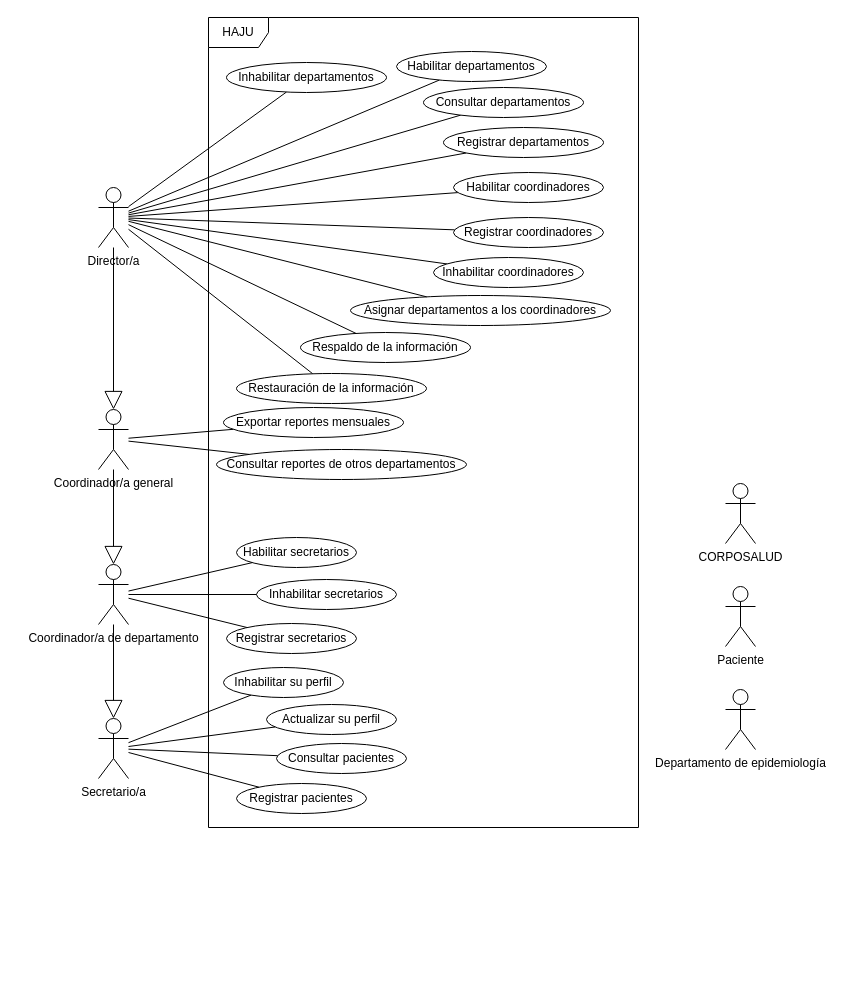
Earlier version of the draw.io diagram page "Casos de Uso General" (5 of 5) of docs/Diagramas.drawio (fadrian06/haju). Source tidied: cells renumbered, new cells numbered last; positions are measured from the earlier drawing's top-left corner, leaving out a move shared by most shapes. Both pictures are drawn from the tidied source at 100%, with x=0, y=0 at pixel (98, 17).
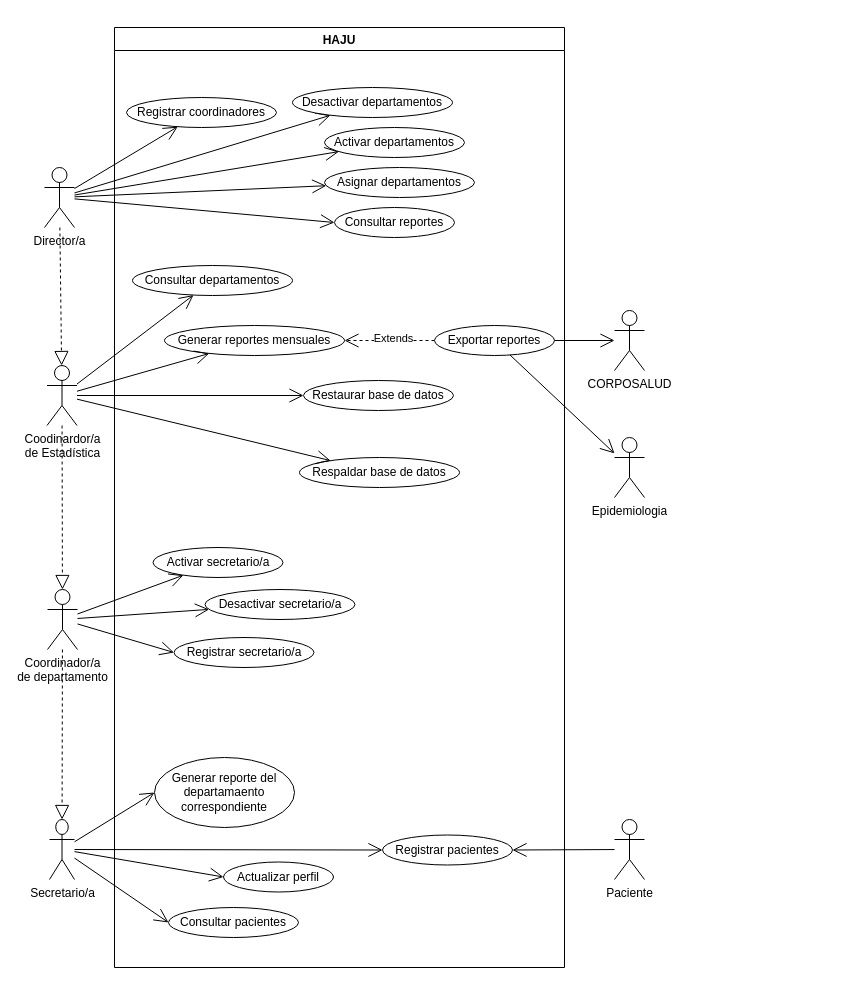
After the change.

Commit message:
Renombrados algunos casos de uso

Change to the diagram source:
```diff
@@
+    <mxCell id="51" style="endArrow=open;endFill=1;endSize=12;html=1;rounded=0;" parent="1" edge="1" source="31" target="64">
+      <mxGeometry relative="1" as="geometry" />
+    </mxCell>
+    <mxCell id="52" style="endArrow=open;endFill=1;endSize=12;html=1;rounded=0;" parent="1" edge="1" source="31" target="63">
+      <mxGeometry relative="1" as="geometry" />
+    </mxCell>
+    <mxCell id="42" value="Secretario/a" style="shape=umlActor;verticalLabelPosition=bottom;verticalAlign=top;html=1;outlineConnect=0;" parent="1" vertex="1">
+      <mxGeometry x="-49" y="802" width="25" height="60" as="geometry" />
+    </mxCell>
+    <mxCell id="3" value="HAJU" style="swimlane;" parent="1" vertex="1">
+      <mxGeometry x="16" y="10" width="450" height="940" as="geometry" />
+    </mxCell>
+    <mxCell id="46" value="Registrar pacientes" style="ellipse;whiteSpace=wrap;html=1;" parent="3" vertex="1">
+      <mxGeometry x="268" y="807.5" width="130" height="30" as="geometry" />
+    </mxCell>
+    <mxCell id="53" value="Actualizar perfil" style="ellipse;whiteSpace=wrap;html=1;" parent="3" vertex="1">
+      <mxGeometry x="109" y="834.5" width="110" height="30" as="geometry" />
+    </mxCell>
+    <mxCell id="54" value="Generar reporte del departamaento correspondiente" style="ellipse;whiteSpace=wrap;html=1;" parent="3" vertex="1">
+      <mxGeometry x="40" y="730" width="140" height="70" as="geometry" />
+    </mxCell>
+    <mxCell id="55" value="Registrar secretario/a" style="ellipse;whiteSpace=wrap;html=1;" parent="3" vertex="1">
+      <mxGeometry x="59.5" y="610" width="140" height="30" as="geometry" />
+    </mxCell>
+    <mxCell id="56" value="Respaldar base de datos" style="ellipse;whiteSpace=wrap;html=1;" parent="3" vertex="1">
+      <mxGeometry x="185" y="430" width="160" height="30" as="geometry" />
+    </mxCell>
+    <mxCell id="57" value="Desactivar secretario/a" style="ellipse;whiteSpace=wrap;html=1;" parent="3" vertex="1">
+      <mxGeometry x="90.5" y="562" width="150" height="30" as="geometry" />
+    </mxCell>
+    <mxCell id="37" value="Consultar departamentos" style="ellipse;whiteSpace=wrap;html=1;" parent="3" vertex="1">
+      <mxGeometry x="18" y="238" width="160" height="30" as="geometry" />
+    </mxCell>
+    <mxCell id="58" value="Generar reportes mensuales" style="ellipse;whiteSpace=wrap;html=1;" parent="3" vertex="1">
+      <mxGeometry x="50" y="298" width="180" height="30" as="geometry" />
+    </mxCell>
+    <mxCell id="59" value="Extends" style="endArrow=open;endSize=12;dashed=1;html=1;rounded=0;exitX=0;exitY=0.5;exitDx=0;exitDy=0;" parent="3" edge="1" source="60" target="58">
+      <mxGeometry x="-0.09" y="-2" relative="1" as="geometry" />
+    </mxCell>
+    <mxCell id="60" value="Exportar reportes" style="ellipse;whiteSpace=wrap;html=1;" parent="3" vertex="1">
+      <mxGeometry x="320" y="298" width="120" height="30" as="geometry" />
+    </mxCell>
+    <mxCell id="61" value="Restaurar base de datos" style="ellipse;whiteSpace=wrap;html=1;" parent="3" vertex="1">
+      <mxGeometry x="189" y="353" width="150" height="30" as="geometry" />
+    </mxCell>
+    <mxCell id="62" value="Asignar departamentos" style="ellipse;whiteSpace=wrap;html=1;" parent="3" vertex="1">
+      <mxGeometry x="210" y="140" width="150" height="30" as="geometry" />
+    </mxCell>
+    <mxCell id="33" value="Registrar coordinadores" style="ellipse;whiteSpace=wrap;html=1;" parent="3" vertex="1">
+      <mxGeometry x="12" y="70" width="150" height="30" as="geometry" />
+    </mxCell>
+    <mxCell id="63" value="Activar departamentos" style="ellipse;whiteSpace=wrap;html=1;" parent="3" vertex="1">
+      <mxGeometry x="210" y="100" width="140" height="30" as="geometry" />
+    </mxCell>
+    <mxCell id="64" value="Desactivar departamentos" style="ellipse;whiteSpace=wrap;html=1;" parent="3" vertex="1">
+      <mxGeometry x="178" y="60" width="160" height="30" as="geometry" />
+    </mxCell>
+    <mxCell id="45" value="Consultar pacientes" style="ellipse;whiteSpace=wrap;html=1;" parent="3" vertex="1">
+      <mxGeometry x="54" y="880" width="130" height="30" as="geometry" />
+    </mxCell>
+    <mxCell id="65" value="Consultar reportes" style="ellipse;whiteSpace=wrap;html=1;" parent="3" vertex="1">
+      <mxGeometry x="220" y="180" width="120" height="30" as="geometry" />
+    </mxCell>
+    <mxCell id="66" value="Activar secretario/a" style="ellipse;whiteSpace=wrap;html=1;" parent="3" vertex="1">
+      <mxGeometry x="38.5" y="520" width="130" height="30" as="geometry" />
+    </mxCell>
+    <mxCell id="40" value="Paciente" style="shape=umlActor;verticalLabelPosition=bottom;verticalAlign=top;html=1;" parent="1" vertex="1">
+      <mxGeometry x="516" y="802" width="30" height="60" as="geometry" />
+    </mxCell>
+    <mxCell id="67" style="endArrow=open;endFill=1;endSize=12;html=1;rounded=0;entryX=0;entryY=0.5;entryDx=0;entryDy=0;" parent="1" edge="1" source="42" target="54">
+      <mxGeometry relative="1" as="geometry" />
+    </mxCell>
+    <mxCell id="48" style="endArrow=open;endFill=1;endSize=12;html=1;rounded=0;entryX=0;entryY=0.5;entryDx=0;entryDy=0;" parent="1" edge="1" source="42" target="45">
+      <mxGeometry relative="1" as="geometry" />
+    </mxCell>
+    <mxCell id="47" style="endArrow=open;endFill=1;endSize=12;html=1;rounded=0;entryX=0;entryY=0.5;entryDx=0;entryDy=0;" parent="1" edge="1" source="42" target="46">
+      <mxGeometry relative="1" as="geometry" />
+    </mxCell>
+    <mxCell id="68" style="endArrow=open;endFill=1;endSize=12;html=1;rounded=0;entryX=0;entryY=0.5;entryDx=0;entryDy=0;" parent="1" edge="1" source="42" target="53">
+      <mxGeometry relative="1" as="geometry" />
+    </mxCell>
+    <mxCell id="69" style="endArrow=open;endFill=1;endSize=12;html=1;rounded=0;entryX=1;entryY=0.5;entryDx=0;entryDy=0;" parent="1" edge="1" source="40" target="46">
+      <mxGeometry relative="1" as="geometry" />
+    </mxCell>
+    <mxCell id="6" value="Coordinador/a&lt;br&gt;de departamento" style="shape=umlActor;verticalLabelPosition=bottom;verticalAlign=top;html=1;" parent="1" vertex="1">
+      <mxGeometry x="-51" y="572" width="30" height="60" as="geometry" />
+    </mxCell>
+    <mxCell id="70" style="endArrow=open;endFill=1;endSize=12;html=1;rounded=0;entryX=0;entryY=0.5;entryDx=0;entryDy=0;" parent="1" edge="1" source="6" target="55">
+      <mxGeometry relative="1" as="geometry" />
+    </mxCell>
+    <mxCell id="71" value="Coodinardor/a&lt;br&gt;de Estadística" style="shape=umlActor;verticalLabelPosition=bottom;verticalAlign=top;html=1;" parent="1" vertex="1">
+      <mxGeometry x="-51.5" y="348" width="30" height="60" as="geometry" />
+    </mxCell>
+    <mxCell id="72" style="endArrow=open;endFill=1;endSize=12;html=1;rounded=0;" parent="1" edge="1" source="71" target="37">
+      <mxGeometry relative="1" as="geometry" />
+    </mxCell>
+    <mxCell id="73" style="endArrow=open;endFill=1;endSize=12;html=1;rounded=0;" parent="1" edge="1" source="71" target="56">
+      <mxGeometry relative="1" as="geometry" />
+    </mxCell>
+    <mxCell id="74" style="endArrow=open;endFill=1;endSize=12;html=1;rounded=0;" parent="1" edge="1" source="71" target="58">
+      <mxGeometry relative="1" as="geometry" />
+    </mxCell>
+    <mxCell id="4" value="CORPOSALUD" style="shape=umlActor;verticalLabelPosition=bottom;verticalAlign=top;html=1;" parent="1" vertex="1">
+      <mxGeometry x="516" y="293" width="30" height="60" as="geometry" />
+    </mxCell>
+    <mxCell id="75" style="endArrow=open;endFill=1;endSize=12;html=1;rounded=0;" parent="1" edge="1" source="60" target="4">
+      <mxGeometry relative="1" as="geometry" />
+    </mxCell>
+    <mxCell id="76" value="Epidemiologia" style="shape=umlActor;verticalLabelPosition=bottom;verticalAlign=top;html=1;" parent="1" vertex="1">
+      <mxGeometry x="516" y="420" width="30" height="60" as="geometry" />
+    </mxCell>
+    <mxCell id="77" style="endArrow=open;endFill=1;endSize=12;html=1;rounded=0;" parent="1" edge="1" source="60" target="76">
+      <mxGeometry relative="1" as="geometry" />
+    </mxCell>
+    <mxCell id="78" style="endArrow=open;endFill=1;endSize=12;html=1;rounded=0;" parent="1" edge="1" source="31" target="62">
+      <mxGeometry relative="1" as="geometry" />
+    </mxCell>
+    <mxCell id="28" style="endArrow=open;endFill=1;endSize=12;html=1;rounded=0;" parent="1" edge="1" source="31" target="33">
+      <mxGeometry relative="1" as="geometry" />
+    </mxCell>
+    <mxCell id="79" style="endArrow=open;endFill=1;endSize=12;html=1;rounded=0;entryX=0;entryY=0.5;entryDx=0;entryDy=0;" parent="1" edge="1" source="31" target="65">
+      <mxGeometry relative="1" as="geometry" />
+    </mxCell>
-    <mxCell id="2" style="endArrow=block;endSize=16;endFill=0;html=1;rounded=0;" parent="1" edge="1" source="6" target="42">
+    <mxCell id="2" style="endArrow=block;dashed=1;endFill=0;endSize=12;html=1;rounded=0;" parent="1" edge="1" source="6" target="42">
       <mxGeometry relative="1" as="geometry" />
     </mxCell>
-    <mxCell id="3" value="HAJU" style="shape=umlFrame;whiteSpace=wrap;html=1;" parent="1" vertex="1">
-      <mxGeometry x="110" width="430" height="810" as="geometry" />
-    </mxCell>
-    <mxCell id="4" value="CORPOSALUD" style="shape=umlActor;verticalLabelPosition=bottom;verticalAlign=top;html=1;" parent="1" vertex="1">
-      <mxGeometry x="627" y="466" width="30" height="60" as="geometry" />
-    </mxCell>
-    <mxCell id="5" style="edgeStyle=none;rounded=0;jettySize=auto;html=1;endArrow=none;endFill=0;" parent="1" edge="1" source="6" target="7">
-      <mxGeometry relative="1" as="geometry" />
-    </mxCell>
-    <mxCell id="6" value="Coordinador/a de departamento" style="shape=umlActor;verticalLabelPosition=bottom;verticalAlign=top;html=1;" parent="1" vertex="1">
-      <mxGeometry y="547" width="30" height="60" as="geometry" />
-    </mxCell>
-    <mxCell id="7" value="Registrar secretarios" style="ellipse;whiteSpace=wrap;html=1;" parent="1" vertex="1">
-      <mxGeometry x="128" y="606" width="130" height="30" as="geometry" />
-    </mxCell>
-    <mxCell id="8" value="Habilitar secretarios" style="ellipse;whiteSpace=wrap;html=1;" parent="1" vertex="1">
-      <mxGeometry x="138" y="520" width="120" height="30" as="geometry" />
-    </mxCell>
-    <mxCell id="9" value="Inhabilitar secretarios" style="ellipse;whiteSpace=wrap;html=1;" parent="1" vertex="1">
-      <mxGeometry x="158" y="562" width="140" height="30" as="geometry" />
-    </mxCell>
-    <mxCell id="10" style="edgeStyle=none;rounded=0;jettySize=auto;html=1;endArrow=none;endFill=0;" parent="1" edge="1" source="6" target="9">
-      <mxGeometry relative="1" as="geometry" />
-    </mxCell>
-    <mxCell id="11" style="edgeStyle=none;rounded=0;jettySize=auto;html=1;endArrow=none;endFill=0;" parent="1" edge="1" source="6" target="8">
-      <mxGeometry relative="1" as="geometry" />
-    </mxCell>
-    <mxCell id="12" style="edgeStyle=none;rounded=0;jettySize=auto;html=1;endArrow=none;endFill=0;" parent="1" edge="1" source="31" target="19">
-      <mxGeometry relative="1" as="geometry" />
-    </mxCell>
-    <mxCell id="13" style="edgeStyle=none;rounded=0;jettySize=auto;html=1;endArrow=none;endFill=0;" parent="1" edge="1" source="31" target="18">
-      <mxGeometry relative="1" as="geometry" />
-    </mxCell>
-    <mxCell id="14" style="edgeStyle=none;rounded=0;jettySize=auto;html=1;endArrow=none;endFill=0;" parent="1" edge="1" source="16" target="21">
-      <mxGeometry relative="1" as="geometry" />
-    </mxCell>
-    <mxCell id="15" style="edgeStyle=none;rounded=0;jettySize=auto;html=1;endArrow=none;endFill=0;" parent="1" edge="1" source="16" target="20">
-      <mxGeometry relative="1" as="geometry" />
-    </mxCell>
-    <mxCell id="16" value="Coordinador/a general" style="shape=umlActor;verticalLabelPosition=bottom;verticalAlign=top;html=1;" parent="1" vertex="1">
-      <mxGeometry y="392" width="30" height="60" as="geometry" />
-    </mxCell>
-    <mxCell id="17" style="endArrow=block;endSize=16;endFill=0;html=1;rounded=0;" parent="1" edge="1" source="16" target="6">
-      <mxGeometry relative="1" as="geometry" />
-    </mxCell>
-    <mxCell id="18" value="Respaldo de la información" style="ellipse;whiteSpace=wrap;html=1;" parent="1" vertex="1">
-      <mxGeometry x="202" y="315" width="170" height="30" as="geometry" />
-    </mxCell>
-    <mxCell id="19" value="Restauración de la información" style="ellipse;whiteSpace=wrap;html=1;" parent="1" vertex="1">
-      <mxGeometry x="138" y="356" width="190" height="30" as="geometry" />
-    </mxCell>
-    <mxCell id="20" value="Consultar reportes de otros departamentos" style="ellipse;whiteSpace=wrap;html=1;" parent="1" vertex="1">
-      <mxGeometry x="118" y="432" width="250" height="30" as="geometry" />
-    </mxCell>
-    <mxCell id="21" value="Exportar reportes mensuales" style="ellipse;whiteSpace=wrap;html=1;" parent="1" vertex="1">
-      <mxGeometry x="125" y="390" width="180" height="30" as="geometry" />
-    </mxCell>
-    <mxCell id="22" value="Asignar departamentos a los coordinadores" style="ellipse;whiteSpace=wrap;html=1;" parent="1" vertex="1">
-      <mxGeometry x="252" y="278" width="260" height="30" as="geometry" />
-    </mxCell>
-    <mxCell id="23" style="edgeStyle=none;rounded=0;jettySize=auto;html=1;strokeColor=default;endArrow=none;endFill=0;" parent="1" edge="1" source="31" target="39">
-      <mxGeometry relative="1" as="geometry" />
-    </mxCell>
-    <mxCell id="24" style="edgeStyle=none;rounded=0;jettySize=auto;html=1;endArrow=none;endFill=0;" parent="1" edge="1" source="31" target="38">
-      <mxGeometry relative="1" as="geometry" />
-    </mxCell>
-    <mxCell id="25" style="edgeStyle=none;rounded=0;jettySize=auto;html=1;endArrow=none;endFill=0;" parent="1" edge="1" source="31" target="37">
-      <mxGeometry relative="1" as="geometry" />
-    </mxCell>
-    <mxCell id="26" style="edgeStyle=none;rounded=0;jettySize=auto;html=1;endArrow=none;endFill=0;" parent="1" edge="1" source="31" target="36">
-      <mxGeometry relative="1" as="geometry" />
-    </mxCell>
-    <mxCell id="27" style="edgeStyle=none;rounded=0;jettySize=auto;html=1;endArrow=none;endFill=0;" parent="1" edge="1" source="31" target="34">
-      <mxGeometry relative="1" as="geometry" />
-    </mxCell>
-    <mxCell id="28" style="edgeStyle=none;rounded=0;jettySize=auto;html=1;endArrow=none;endFill=0;" parent="1" edge="1" source="31" target="33">
-      <mxGeometry relative="1" as="geometry" />
-    </mxCell>
-    <mxCell id="29" style="edgeStyle=none;rounded=0;jettySize=auto;html=1;endArrow=none;endFill=0;" parent="1" edge="1" source="31" target="35">
-      <mxGeometry relative="1" as="geometry" />
-    </mxCell>
-    <mxCell id="30" style="edgeStyle=none;rounded=0;jettySize=auto;html=1;endArrow=none;endFill=0;" parent="1" edge="1" source="31" target="22">
-      <mxGeometry relative="1" as="geometry" />
-    </mxCell>
+    <mxCell id="80" style="endArrow=open;endFill=1;endSize=12;html=1;rounded=0;" parent="1" edge="1" source="71" target="61">
+      <mxGeometry relative="1" as="geometry" />
+    </mxCell>
+    <mxCell id="81" style="endArrow=open;endFill=1;endSize=12;html=1;rounded=0;" parent="1" edge="1" source="6" target="57">
+      <mxGeometry relative="1" as="geometry" />
+    </mxCell>
+    <mxCell id="82" style="endArrow=block;dashed=1;endFill=0;endSize=12;html=1;rounded=0;" parent="1" edge="1" source="71" target="6">
+      <mxGeometry relative="1" as="geometry" />
+    </mxCell>
     <mxCell id="31" value="Director/a" style="shape=umlActor;verticalLabelPosition=bottom;verticalAlign=top;html=1;" parent="1" vertex="1">
-      <mxGeometry y="170" width="30" height="60" as="geometry" />
+      <mxGeometry x="-54" y="150" width="30" height="60" as="geometry" />
     </mxCell>
-    <mxCell id="32" style="endArrow=block;endSize=16;endFill=0;html=1;rounded=0;" parent="1" edge="1" source="31" target="16">
-      <mxGeometry relative="1" as="geometry" />
-    </mxCell>
-    <mxCell id="33" value="Registrar coordinadores" style="ellipse;whiteSpace=wrap;html=1;" parent="1" vertex="1">
-      <mxGeometry x="355" y="200" width="150" height="30" as="geometry" />
-    </mxCell>
-    <mxCell id="34" value="Habilitar coordinadores" style="ellipse;whiteSpace=wrap;html=1;" parent="1" vertex="1">
-      <mxGeometry x="355" y="155" width="150" height="30" as="geometry" />
-    </mxCell>
-    <mxCell id="35" value="Inhabilitar coordinadores" style="ellipse;whiteSpace=wrap;html=1;" parent="1" vertex="1">
-      <mxGeometry x="335" y="240" width="150" height="30" as="geometry" />
-    </mxCell>
-    <mxCell id="36" value="Registrar departamentos" style="ellipse;whiteSpace=wrap;html=1;" parent="1" vertex="1">
-      <mxGeometry x="345" y="110" width="160" height="30" as="geometry" />
-    </mxCell>
-    <mxCell id="37" value="Consultar departamentos" style="ellipse;whiteSpace=wrap;html=1;" parent="1" vertex="1">
-      <mxGeometry x="325" y="70" width="160" height="30" as="geometry" />
-    </mxCell>
-    <mxCell id="38" value="Habilitar departamentos" style="ellipse;whiteSpace=wrap;html=1;" parent="1" vertex="1">
-      <mxGeometry x="298" y="34" width="150" height="30" as="geometry" />
-    </mxCell>
-    <mxCell id="39" value="Inhabilitar departamentos" style="ellipse;whiteSpace=wrap;html=1;" parent="1" vertex="1">
-      <mxGeometry x="128" y="45" width="160" height="30" as="geometry" />
-    </mxCell>
-    <mxCell id="40" value="Paciente" style="shape=umlActor;verticalLabelPosition=bottom;verticalAlign=top;html=1;" parent="1" vertex="1">
-      <mxGeometry x="627" y="569" width="30" height="60" as="geometry" />
-    </mxCell>
-    <mxCell id="41" value="Departamento de epidemiología" style="shape=umlActor;verticalLabelPosition=bottom;verticalAlign=top;html=1;" parent="1" vertex="1">
-      <mxGeometry x="627" y="672" width="30" height="60" as="geometry" />
-    </mxCell>
-    <mxCell id="42" value="Secretario/a" style="shape=umlActor;verticalLabelPosition=bottom;verticalAlign=top;html=1;" parent="1" vertex="1">
-      <mxGeometry y="701" width="30" height="60" as="geometry" />
-    </mxCell>
-    <mxCell id="43" value="Actualizar su perfil" style="ellipse;whiteSpace=wrap;html=1;" parent="1" vertex="1">
-      <mxGeometry x="168" y="687" width="130" height="30" as="geometry" />
-    </mxCell>
-    <mxCell id="44" style="rounded=0;jettySize=auto;html=1;endArrow=none;endFill=0;" parent="1" edge="1" source="42" target="43">
-      <mxGeometry relative="1" as="geometry" />
-    </mxCell>
-    <mxCell id="45" value="Consultar pacientes" style="ellipse;whiteSpace=wrap;html=1;" parent="1" vertex="1">
-      <mxGeometry x="178" y="726" width="130" height="30" as="geometry" />
-    </mxCell>
-    <mxCell id="46" value="Registrar pacientes" style="ellipse;whiteSpace=wrap;html=1;" parent="1" vertex="1">
-      <mxGeometry x="138" y="766" width="130" height="30" as="geometry" />
-    </mxCell>
-    <mxCell id="47" style="rounded=0;jettySize=auto;html=1;endArrow=none;endFill=0;" parent="1" edge="1" source="42" target="46">
-      <mxGeometry relative="1" as="geometry" />
-    </mxCell>
-    <mxCell id="48" style="rounded=0;jettySize=auto;html=1;endArrow=none;endFill=0;" parent="1" edge="1" source="42" target="45">
-      <mxGeometry relative="1" as="geometry" />
-    </mxCell>
-    <mxCell id="49" value="Inhabilitar su perfil" style="ellipse;whiteSpace=wrap;html=1;" parent="1" vertex="1">
-      <mxGeometry x="125" y="650" width="120" height="30" as="geometry" />
-    </mxCell>
-    <mxCell id="50" style="edgeStyle=none;rounded=0;jettySize=auto;html=1;endArrow=none;endFill=0;" parent="1" edge="1" source="42" target="49">
-      <mxGeometry relative="1" as="geometry" />
-    </mxCell>
+    <mxCell id="83" style="endArrow=block;dashed=1;endFill=0;endSize=12;html=1;rounded=0;" parent="1" edge="1" source="31" target="71">
+      <mxGeometry relative="1" as="geometry" />
+    </mxCell>
+    <mxCell id="84" style="endArrow=open;endFill=1;endSize=12;html=1;rounded=0;" parent="1" edge="1" source="6" target="66">
+      <mxGeometry relative="1" as="geometry" />
+    </mxCell>
```
